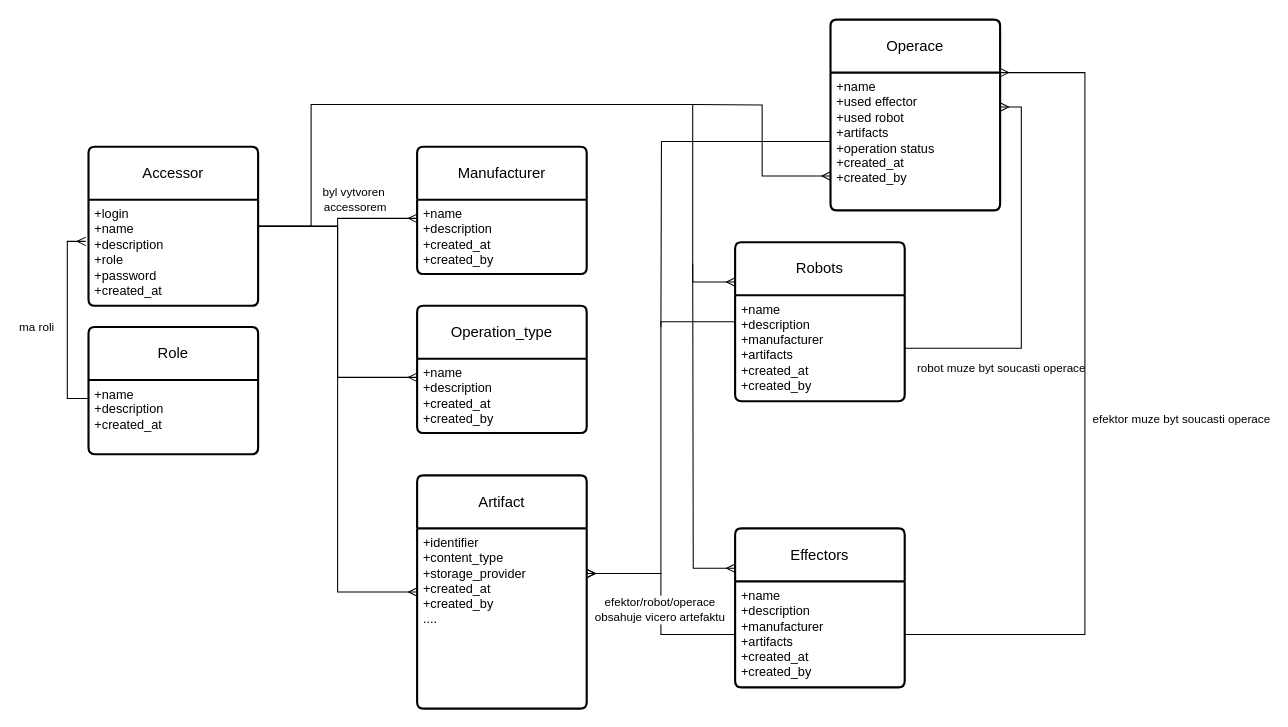
Above: conteptual.drawio in Katzoun/VDC-course (draw.io), before the change. Source tidied: cells renumbered, new cells numbered last; positions are measured from the earlier drawing's top-left corner, leaving out a move shared by most shapes. Both pictures are drawn from the tidied source at 106%, with x=0, y=0 at pixel (67, 19).
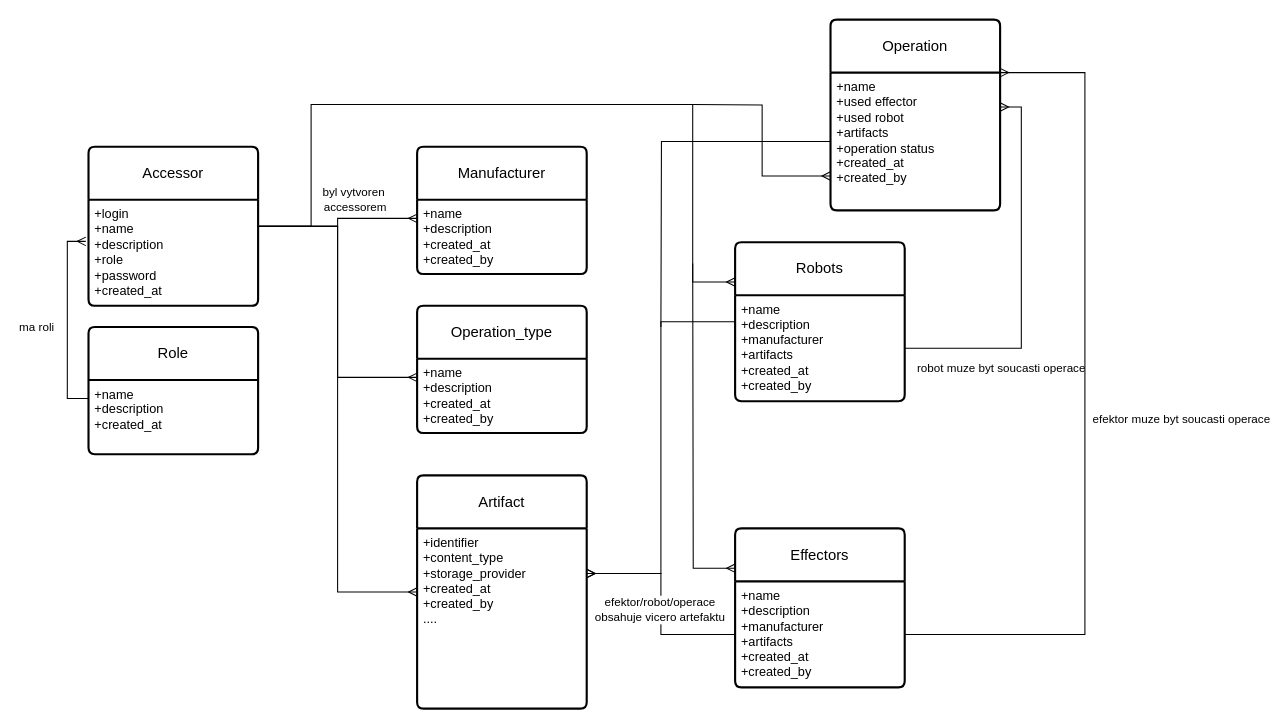
Above is the later version.

Change to the diagram source:
```diff
@@
-    <mxCell id="27" value="Operace" style="swimlane;horizontal=1;startSize=50;rounded=1;fontSize=14;fontStyle=0;strokeWidth=2;shadow=0;dashed=0;align=center;arcSize=4;whiteSpace=wrap;html=1;" parent="1" vertex="1">
+    <mxCell id="27" value="Operation" style="swimlane;horizontal=1;startSize=50;rounded=1;fontSize=14;fontStyle=0;strokeWidth=2;shadow=0;dashed=0;align=center;arcSize=4;whiteSpace=wrap;html=1;" parent="1" vertex="1">
       <mxGeometry x="720" width="160" height="180" as="geometry" />
     </mxCell>
```
